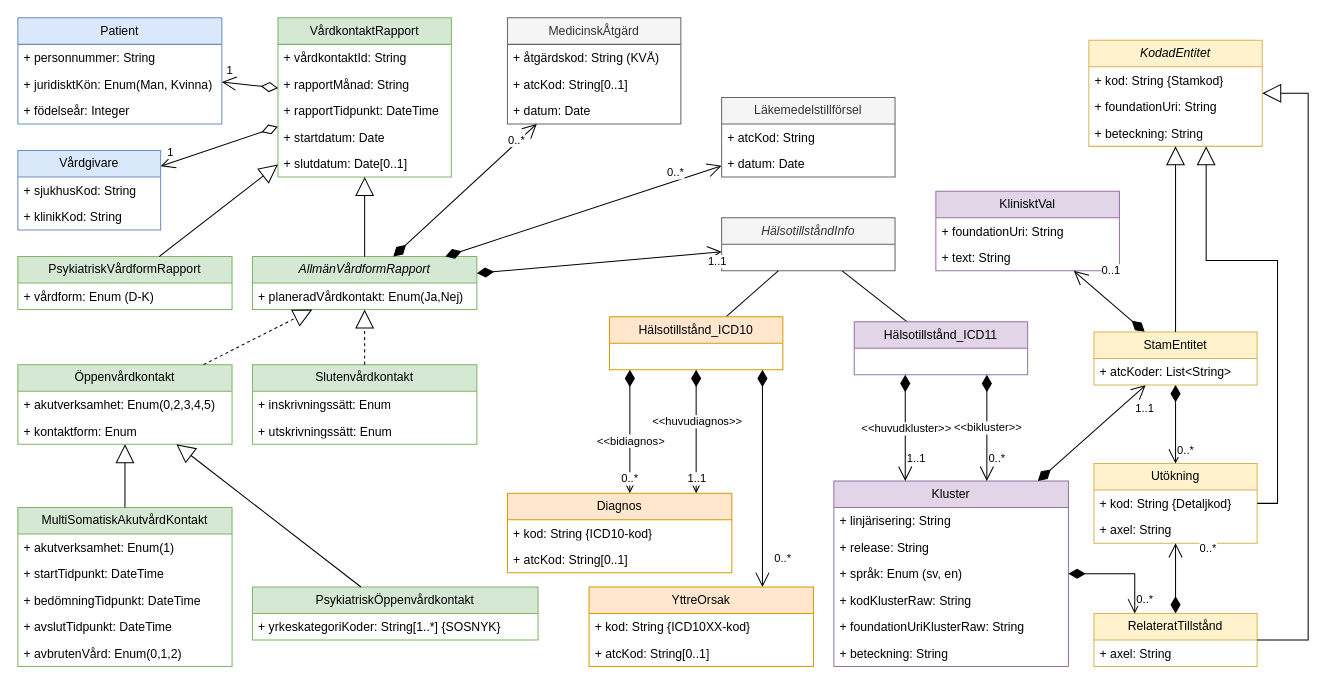
The draw.io diagram page "Liggande" (1 of 4) of Klassmodell ICD11.drawio in bhagqvist-consid/ICD11, before the edit. Source tidied: cells renumbered, new cells numbered last; positions are measured from the earlier drawing's top-left corner, leaving out a move shared by most shapes. Both pictures are drawn from the tidied source at 102%, with x=0, y=0 at pixel (17, 17).
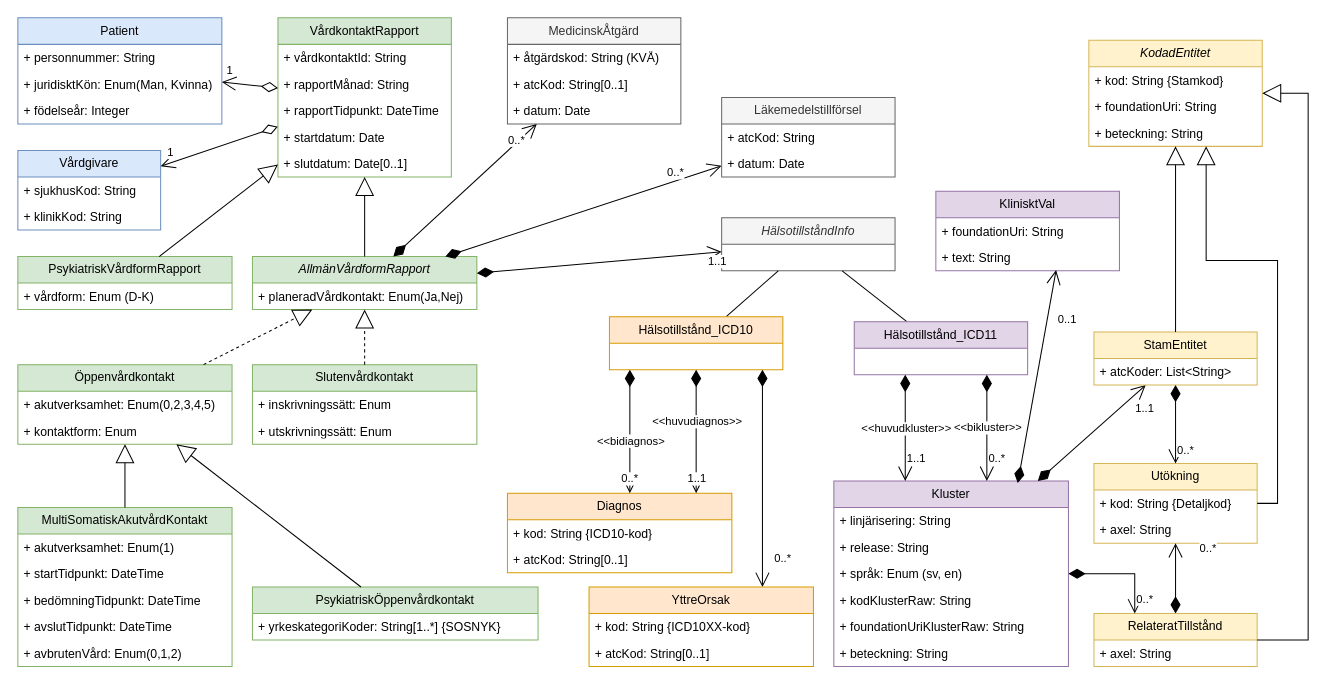
The same diagram, later.

The change refers to these unchanged cells:
```xml
<mxCell id="33" value="Kluster" style="swimlane;fontStyle=0;horizontal=1;startSize=26;fillColor=#e1d5e7;whiteSpace=wrap;html=1;strokeColor=#9673a6;" parent="1" vertex="1">
  <mxGeometry x="800" y="454" width="230" height="182" as="geometry" />
</mxCell>
<mxCell id="62" value="KlinisktVal" style="swimlane;fontStyle=0;horizontal=1;startSize=26;fillColor=#e1d5e7;whiteSpace=wrap;html=1;strokeColor=#9673a6;" parent="1" vertex="1">
  <mxGeometry x="900" y="170" width="180" height="78" as="geometry" />
</mxCell>
<mxCell id="64" value="+ text: String" style="text;strokeColor=none;fillColor=none;align=left;verticalAlign=top;spacingLeft=4;spacingRight=4;overflow=hidden;points=[[0,0.5],[1,0.5]];portConstraint=eastwest;whiteSpace=wrap;html=1;" parent="62" vertex="1">
  <mxGeometry y="52" width="180" height="26" as="geometry" />
</mxCell>
<mxCell id="68" value="StamEntitet" style="swimlane;fontStyle=0;horizontal=1;startSize=26;fillColor=#fff2cc;whiteSpace=wrap;html=1;strokeColor=#d6b656;" parent="1" vertex="1">
  <mxGeometry x="1055" y="308" width="160" height="52" as="geometry" />
</mxCell>
```

Diff of the diagram source:
```diff
@@
-    <mxCell id="65" value="0..1" style="endArrow=open;html=1;endSize=12;startArrow=diamondThin;startSize=14;startFill=1;align=left;verticalAlign=bottom;rounded=0;" parent="1" edge="1" source="68" target="62">
+    <mxCell id="65" value="0..1" style="endArrow=open;html=1;endSize=12;startArrow=diamondThin;startSize=14;startFill=1;align=left;verticalAlign=bottom;rounded=0;entryX=0.655;entryY=0.974;entryDx=0;entryDy=0;entryPerimeter=0;exitX=0.784;exitY=0.011;exitDx=0;exitDy=0;exitPerimeter=0;" parent="1" edge="1" source="33" target="64">
       <mxGeometry x="0.46" y="-10" relative="1" as="geometry" />
     </mxCell>
```
